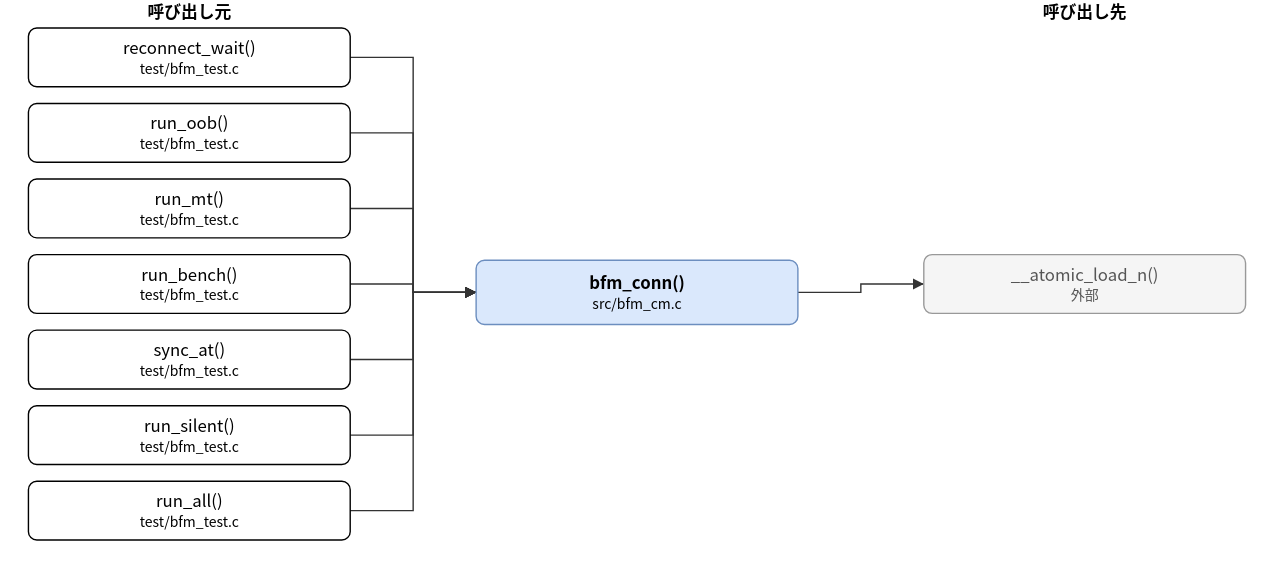
Before: doc/spec/images/call_src_bfm_cm-bfm_conn.drawio.svg, a diagram exported from draw.io (hf355051012-ai/bfmem). Source tidied: cells renumbered, new cells last; positions are measured from the earlier drawing's top-left corner, leaving out a move shared by most shapes.
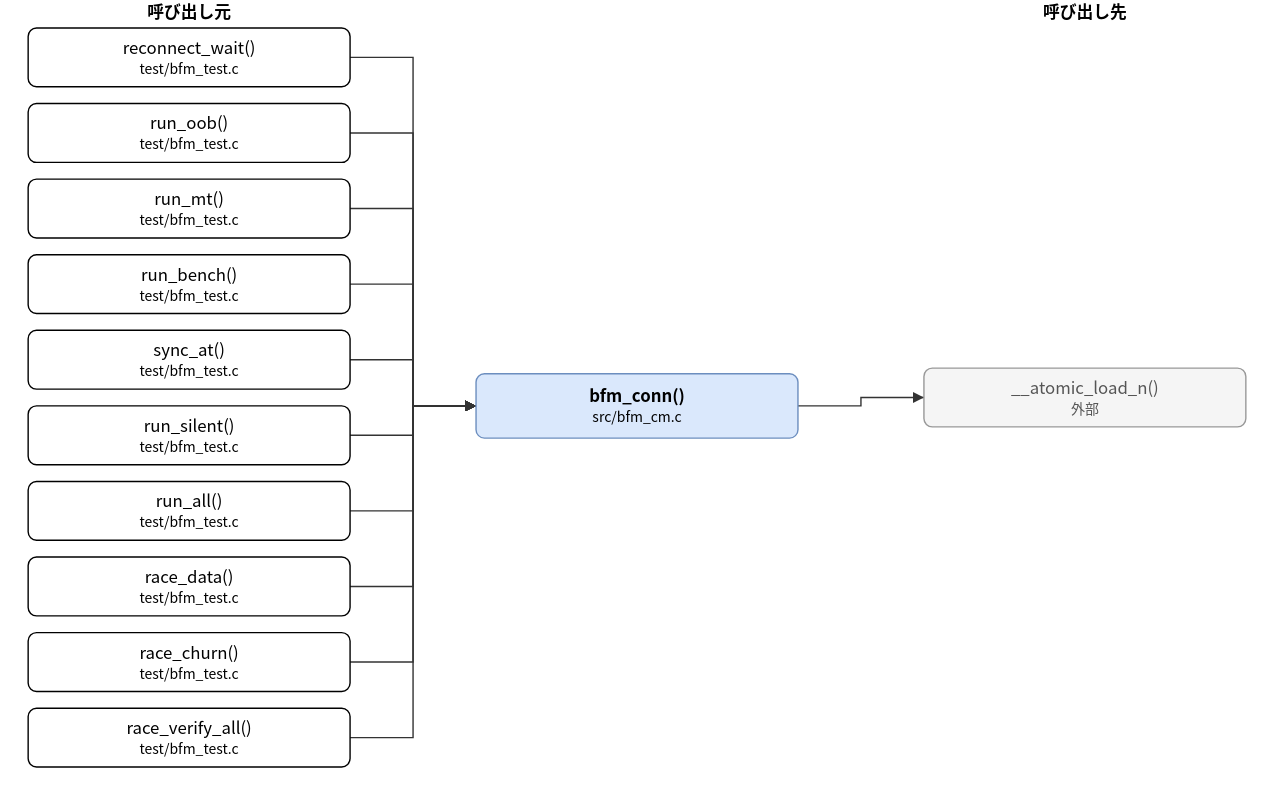
The same diagram one commit later.

Change to the diagram source:
```diff
@@ -3,7 +3,7 @@
     <mxCell id="0" />
     <mxCell id="1" parent="0" />
     <mxCell id="2" value="bfm_conn()&lt;br&gt;&lt;font style=&quot;font-size:10px&quot;&gt;src/bfm_cm.c&lt;/font&gt;" style="rounded=1;whiteSpace=wrap;html=1;fillColor=#dae8fc;strokeColor=#6c8ebf;fontStyle=1;" parent="1" vertex="1">
-      <mxGeometry x="320" y="186" width="230" height="46" as="geometry" />
+      <mxGeometry x="320" y="267" width="230" height="46" as="geometry" />
     </mxCell>
     <mxCell id="3" value="reconnect_wait()&lt;br&gt;&lt;font style=&quot;font-size:10px&quot;&gt;test/bfm_test.c&lt;/font&gt;" style="rounded=1;whiteSpace=wrap;html=1;" parent="1" vertex="1">
       <mxGeometry y="20" width="230" height="42" as="geometry" />
@@ -26,14 +26,23 @@
     <mxCell id="9" value="run_all()&lt;br&gt;&lt;font style=&quot;font-size:10px&quot;&gt;test/bfm_test.c&lt;/font&gt;" style="rounded=1;whiteSpace=wrap;html=1;" parent="1" vertex="1">
       <mxGeometry y="344" width="230" height="42" as="geometry" />
     </mxCell>
+    <mxCell id="21" value="race_data()&lt;br&gt;&lt;font style=&quot;font-size:10px&quot;&gt;test/bfm_test.c&lt;/font&gt;" style="rounded=1;whiteSpace=wrap;html=1;" parent="1" vertex="1">
+      <mxGeometry y="398" width="230" height="42" as="geometry" />
+    </mxCell>
+    <mxCell id="22" value="race_churn()&lt;br&gt;&lt;font style=&quot;font-size:10px&quot;&gt;test/bfm_test.c&lt;/font&gt;" style="rounded=1;whiteSpace=wrap;html=1;" parent="1" vertex="1">
+      <mxGeometry y="452" width="230" height="42" as="geometry" />
+    </mxCell>
+    <mxCell id="23" value="race_verify_all()&lt;br&gt;&lt;font style=&quot;font-size:10px&quot;&gt;test/bfm_test.c&lt;/font&gt;" style="rounded=1;whiteSpace=wrap;html=1;" parent="1" vertex="1">
+      <mxGeometry y="506" width="230" height="42" as="geometry" />
+    </mxCell>
     <mxCell id="10" value="__atomic_load_n()&lt;br&gt;&lt;font style=&quot;font-size:10px&quot;&gt;外部&lt;/font&gt;" style="rounded=1;whiteSpace=wrap;html=1;fillColor=#f5f5f5;strokeColor=#999999;fontColor=#555555;" parent="1" vertex="1">
-      <mxGeometry x="640" y="182" width="230" height="42" as="geometry" />
+      <mxGeometry x="640" y="263" width="230" height="42" as="geometry" />
     </mxCell>
     <mxCell id="11" style="edgeStyle=none;html=1;rounded=0;endArrow=block;endFill=1;exitX=1.0000;exitY=0.5000;exitDx=0;exitDy=0;exitPerimeter=0;entryX=0.0000;entryY=0.5000;entryDx=0;entryDy=0;entryPerimeter=0;" parent="1" edge="1" source="3" target="2">
       <mxGeometry relative="1" as="geometry">
         <Array as="points">
           <mxPoint x="275" y="41" />
-          <mxPoint x="275" y="209" />
+          <mxPoint x="275" y="290" />
         </Array>
       </mxGeometry>
     </mxCell>
@@ -41,7 +50,7 @@
       <mxGeometry relative="1" as="geometry">
         <Array as="points">
           <mxPoint x="275" y="95" />
-          <mxPoint x="275" y="209" />
+          <mxPoint x="275" y="290" />
         </Array>
       </mxGeometry>
     </mxCell>
@@ -49,7 +58,7 @@
       <mxGeometry relative="1" as="geometry">
         <Array as="points">
           <mxPoint x="275" y="149" />
-          <mxPoint x="275" y="209" />
+          <mxPoint x="275" y="290" />
         </Array>
       </mxGeometry>
     </mxCell>
@@ -57,7 +66,7 @@
       <mxGeometry relative="1" as="geometry">
         <Array as="points">
           <mxPoint x="275" y="203" />
-          <mxPoint x="275" y="209" />
+          <mxPoint x="275" y="290" />
         </Array>
       </mxGeometry>
     </mxCell>
@@ -65,7 +74,7 @@
       <mxGeometry relative="1" as="geometry">
         <Array as="points">
           <mxPoint x="275" y="257" />
-          <mxPoint x="275" y="209" />
+          <mxPoint x="275" y="290" />
         </Array>
       </mxGeometry>
     </mxCell>
@@ -73,7 +82,7 @@
       <mxGeometry relative="1" as="geometry">
         <Array as="points">
           <mxPoint x="275" y="311" />
-          <mxPoint x="275" y="209" />
+          <mxPoint x="275" y="290" />
         </Array>
       </mxGeometry>
     </mxCell>
@@ -81,18 +90,42 @@
       <mxGeometry relative="1" as="geometry">
         <Array as="points">
           <mxPoint x="275" y="365" />
-          <mxPoint x="275" y="209" />
+          <mxPoint x="275" y="290" />
         </Array>
       </mxGeometry>
     </mxCell>
-    <mxCell id="18" style="edgeStyle=none;html=1;rounded=0;endArrow=block;endFill=1;exitX=1.0000;exitY=0.5000;exitDx=0;exitDy=0;exitPerimeter=0;entryX=0.0000;entryY=0.5000;entryDx=0;entryDy=0;entryPerimeter=0;" parent="1" edge="1" source="2" target="10">
+    <mxCell id="18" style="edgeStyle=none;html=1;rounded=0;endArrow=block;endFill=1;exitX=1.0000;exitY=0.5000;exitDx=0;exitDy=0;exitPerimeter=0;entryX=0.0000;entryY=0.5000;entryDx=0;entryDy=0;entryPerimeter=0;" parent="1" edge="1" source="21" target="2">
       <mxGeometry relative="1" as="geometry">
         <Array as="points">
-          <mxPoint x="595" y="209" />
-          <mxPoint x="595" y="203" />
+          <mxPoint x="275" y="419" />
+          <mxPoint x="275" y="290" />
         </Array>
       </mxGeometry>
     </mxCell>
+    <mxCell id="24" style="edgeStyle=none;html=1;rounded=0;endArrow=block;endFill=1;exitX=1.0000;exitY=0.5000;exitDx=0;exitDy=0;exitPerimeter=0;entryX=0.0000;entryY=0.5000;entryDx=0;entryDy=0;entryPerimeter=0;" parent="1" edge="1" source="22" target="2">
+      <mxGeometry relative="1" as="geometry">
+        <Array as="points">
+          <mxPoint x="275" y="473" />
+          <mxPoint x="275" y="290" />
+        </Array>
+      </mxGeometry>
+    </mxCell>
+    <mxCell id="25" style="edgeStyle=none;html=1;rounded=0;endArrow=block;endFill=1;exitX=1.0000;exitY=0.5000;exitDx=0;exitDy=0;exitPerimeter=0;entryX=0.0000;entryY=0.5000;entryDx=0;entryDy=0;entryPerimeter=0;" parent="1" edge="1" source="23" target="2">
+      <mxGeometry relative="1" as="geometry">
+        <Array as="points">
+          <mxPoint x="275" y="527" />
+          <mxPoint x="275" y="290" />
+        </Array>
+      </mxGeometry>
+    </mxCell>
+    <mxCell id="26" style="edgeStyle=none;html=1;rounded=0;endArrow=block;endFill=1;exitX=1.0000;exitY=0.5000;exitDx=0;exitDy=0;exitPerimeter=0;entryX=0.0000;entryY=0.5000;entryDx=0;entryDy=0;entryPerimeter=0;" parent="1" edge="1" source="2" target="10">
+      <mxGeometry relative="1" as="geometry">
+        <Array as="points">
+          <mxPoint x="595" y="290" />
+          <mxPoint x="595" y="284" />
+        </Array>
+      </mxGeometry>
+    </mxCell>
     <mxCell id="19" value="呼び出し元" style="text;html=1;align=center;fontStyle=1;" parent="1" vertex="1">
       <mxGeometry x="35" width="160" height="18" as="geometry" />
     </mxCell>
```
